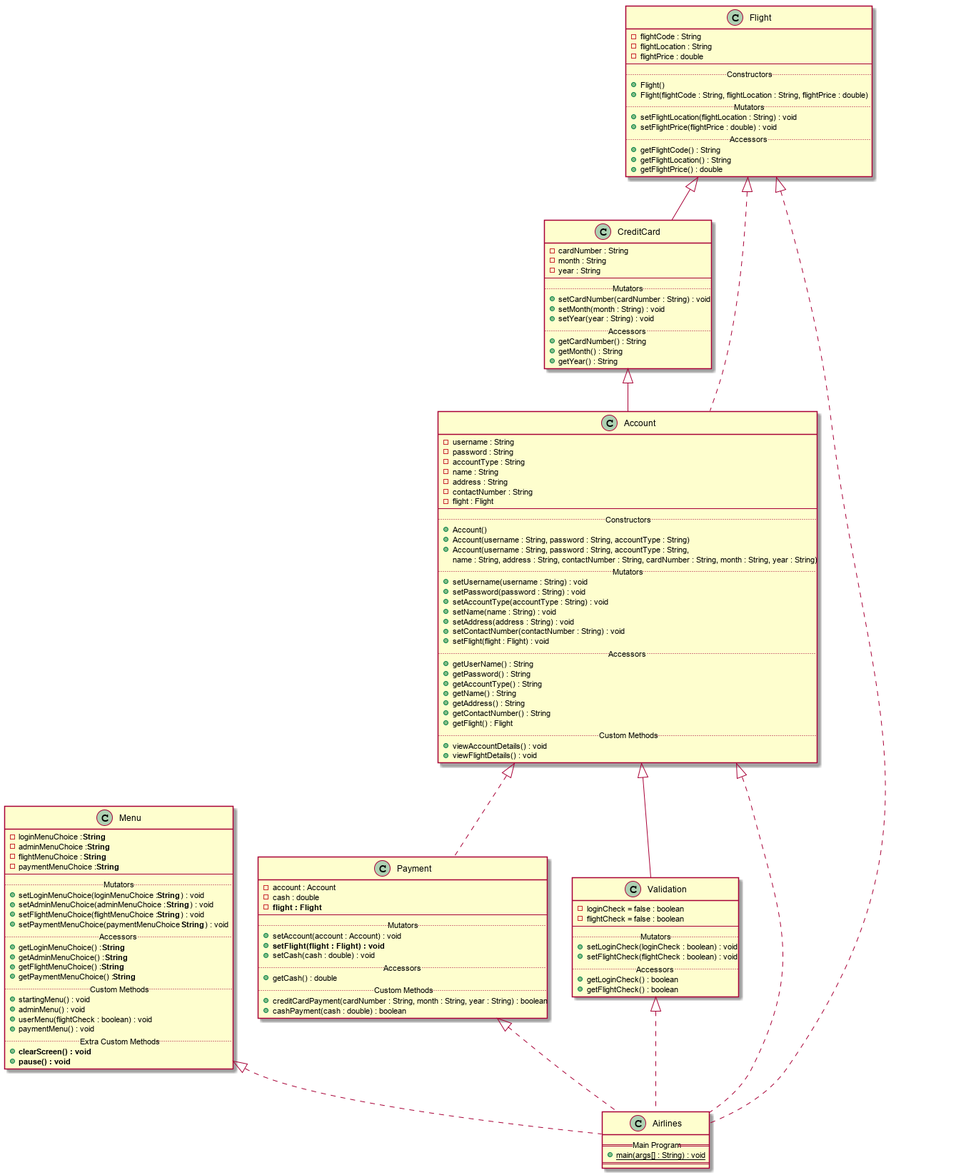
The PlantUML diagram out/Java Projects/Grade 11/DeGuzmanIAN-Llantos_JavaAirlines/Descriptions-Diagrams/ClassDiagrams/ClassDiagrams.png in metaeatscake/schoolfiles, before a commit.
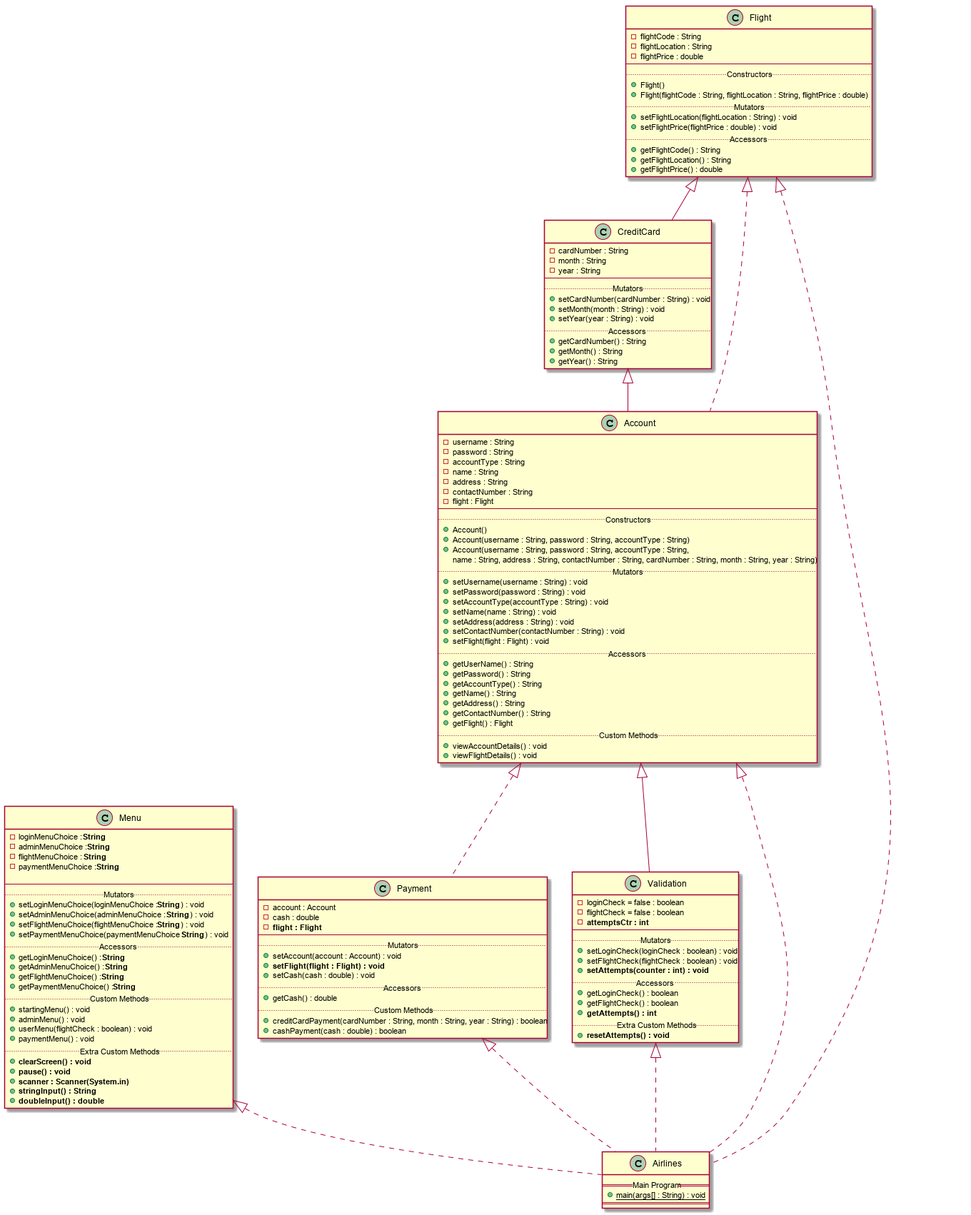
The same diagram one commit later.

Commit message:
added a few stuff in class diagram

Change to the diagram source:
```diff
@@ -5,6 +5,7 @@
     -adminMenuChoice : **String**
     -flightMenuChoice : **String**
     -paymentMenuChoice : **String**
+
     --
     ..Mutators..
     +setLoginMenuChoice(loginMenuChoice : **String**) : void
@@ -24,6 +25,9 @@
     ..Extra Custom Methods..
     +**clearScreen() : void**
     +**pause() : void**
+    +**scanner : Scanner(System.in)**
+    +**stringInput() : String**
+    +**doubleInput() : double**
 }
 
 class Payment
@@ -117,13 +121,18 @@
 {
     -loginCheck = false : boolean
     -flightCheck = false : boolean
+    -**attemptsCtr : int**
     --
     ..Mutators..
     +setLoginCheck(loginCheck : boolean) : void
     +setFlightCheck(flightCheck : boolean) : void
+    +**setAttempts(counter : int) : void**
     ..Accessors..
     +getLoginCheck() : boolean
     +getFlightCheck() : boolean
+    +**getAttempts() : int**
+    ..Extra Custom Methods..
+    +**resetAttempts() : void**
 }
 
 class Airlines
```
